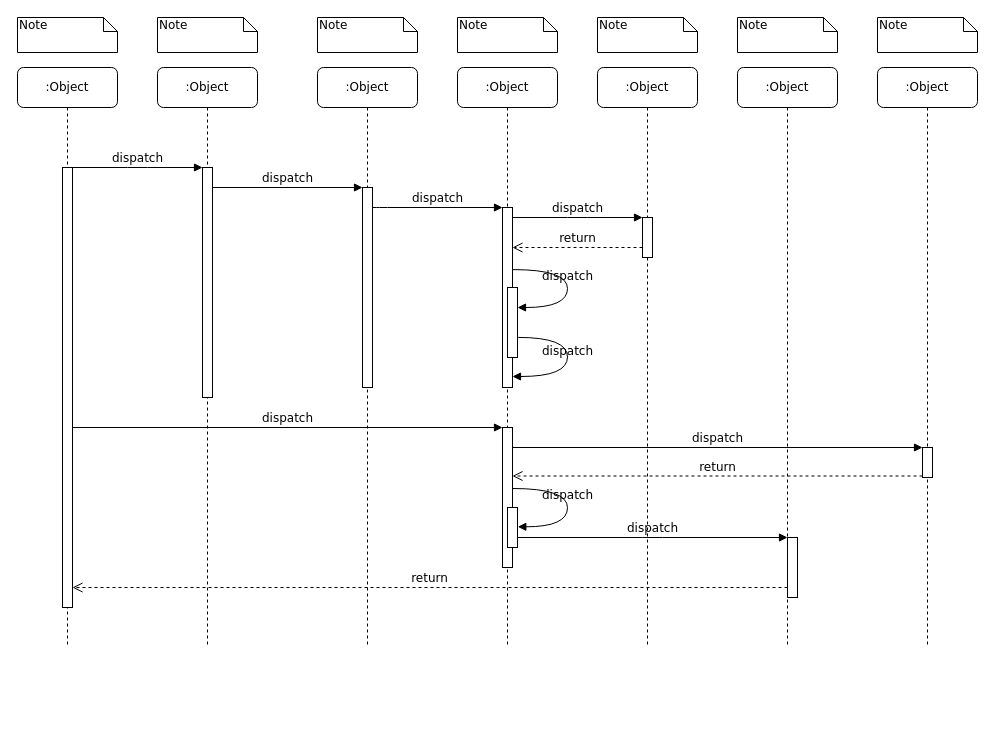
silenceleewq/NJProject keeps this draw.io diagram as Untitled Diagram.drawio. Above is the earlier version. Source tidied: cells renumbered, new cells numbered last; positions are measured from the earlier drawing's top-left corner, leaving out a move shared by most shapes. Both pictures are drawn from the tidied source at 100%, with x=0, y=0 at pixel (17, 17).
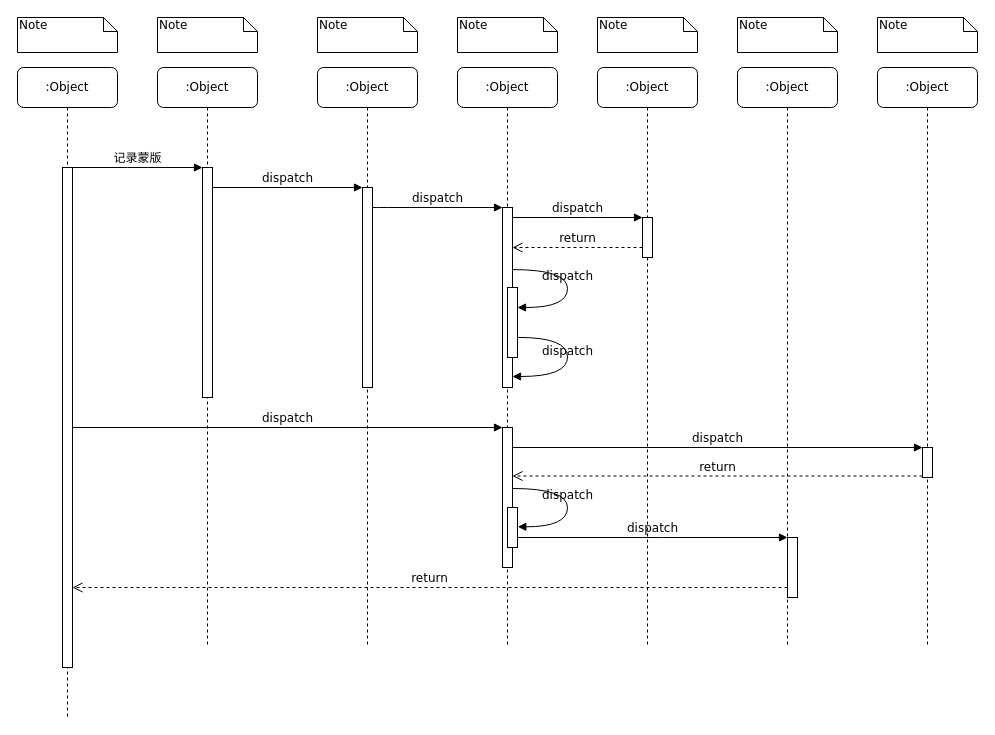
The same page after the edit.

Unchanged cells that the change refers to:
```xml
<mxCell id="3" style="html=1;points=[];perimeter=orthogonalPerimeter;rounded=0;shadow=0;comic=0;labelBackgroundColor=none;strokeWidth=1;fontFamily=Verdana;fontSize=12;align=center;" parent="2" vertex="1">
  <mxGeometry x="45" y="100" width="10" height="230" as="geometry" />
</mxCell>
```

Change to the diagram source:
```diff
@@
     <mxCell id="10" value=":Object" style="shape=umlLifeline;perimeter=lifelinePerimeter;whiteSpace=wrap;html=1;rounded=1;shadow=0;comic=0;labelBackgroundColor=none;strokeWidth=1;fontFamily=Verdana;fontSize=12;align=center;" parent="1" vertex="1">
-      <mxGeometry y="50" width="100" height="580" as="geometry" />
+      <mxGeometry y="50" width="100" height="650" as="geometry" />
     </mxCell>
     <mxCell id="11" style="html=1;points=[];perimeter=orthogonalPerimeter;rounded=0;shadow=0;comic=0;labelBackgroundColor=none;strokeWidth=1;fontFamily=Verdana;fontSize=12;align=center;" parent="10" vertex="1">
-      <mxGeometry x="45" y="100" width="10" height="440" as="geometry" />
+      <mxGeometry x="45" y="100" width="10" height="500" as="geometry" />
     </mxCell>
@@
-    <mxCell id="25" value="dispatch" style="html=1;verticalAlign=bottom;endArrow=block;entryX=0;entryY=0;labelBackgroundColor=none;fontFamily=Verdana;fontSize=12;edgeStyle=elbowEdgeStyle;elbow=vertical;" parent="1" edge="1" source="11" target="3">
+    <mxCell id="25" value="记录蒙版" style="html=1;verticalAlign=bottom;endArrow=block;entryX=0;entryY=0;labelBackgroundColor=none;fontFamily=Verdana;fontSize=12;edgeStyle=elbowEdgeStyle;elbow=vertical;" parent="1" edge="1" source="11" target="3">
       <mxGeometry relative="1" as="geometry" />
     </mxCell>
```
